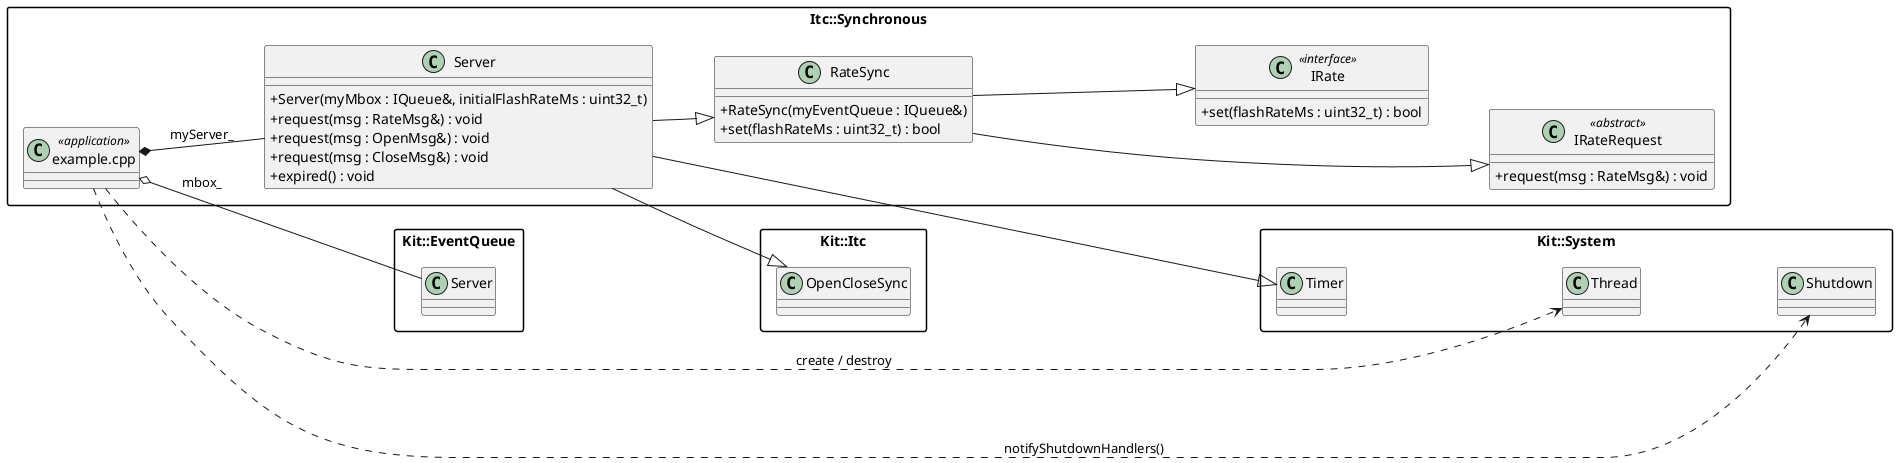
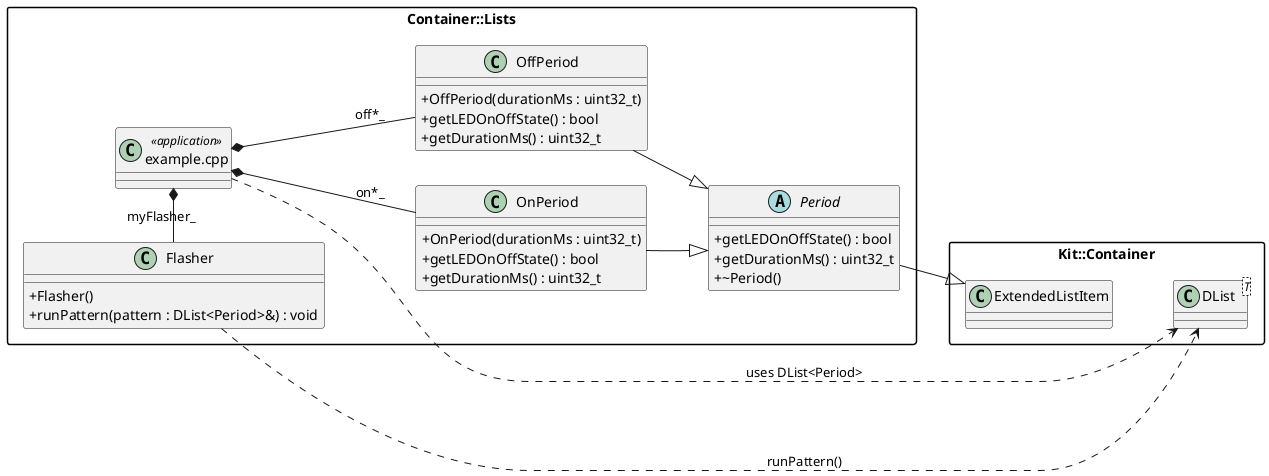
- @startuml classDiagram_examplesitcsynchronous
+ @startuml classDiagram_examplescontainerlists

skinparam classAttributeIconSize 0
skinparam packageStyle rectangle
left to right direction

' ============================================================================
' Application Classes
' ============================================================================

- package "Itc::Synchronous" {
+ package "Container::Lists" {

    class "example.cpp" as exampleApp <<application>>

-     class IRate <<interface>> {
-         + set(flashRateMs : uint32_t) : bool
+     abstract class Period {
+         + getLEDOnOffState() : bool
+         + getDurationMs() : uint32_t
+         + ~Period()
    }

-     class IRateRequest <<abstract>> {
-         + request(msg : RateMsg&) : void
+     class OnPeriod {
+         + OnPeriod(durationMs : uint32_t)
+         + getLEDOnOffState() : bool
+         + getDurationMs() : uint32_t
    }

-     class RateSync {
-         + RateSync(myEventQueue : IQueue&)
-         + set(flashRateMs : uint32_t) : bool
+     class OffPeriod {
+         + OffPeriod(durationMs : uint32_t)
+         + getLEDOnOffState() : bool
+         + getDurationMs() : uint32_t
    }

-     class Server {
-         + Server(myMbox : IQueue&, initialFlashRateMs : uint32_t)
-         + request(msg : RateMsg&) : void
-         + request(msg : OpenMsg&) : void
-         + request(msg : CloseMsg&) : void
-         + expired() : void
+     class Flasher {
+         + Flasher()
+         + runPattern(pattern : DList<Period>&) : void
    }

-     IRate        -[hidden]down- IRateRequest
-     IRateRequest -[hidden]down- RateSync
-     RateSync     -[hidden]down- Server
+     Flasher  -[hidden]down- Period
+     Period   -[hidden]down- OnPeriod
+     OnPeriod -[hidden]right- OffPeriod
}

' ============================================================================
- ' Kit Classes  (right column, stacked vertically)
+ ' Kit Classes
' ============================================================================

- package "Kit::EventQueue" {
-     class "Server" as EqServer
- }
+ package "Kit::Container" {
+     class "DList<T>" as DList
+     class ExtendedListItem

- package "Kit::Itc" {
-     class OpenCloseSync
- }
- 
- package "Kit::System" {
-     class Timer
-     class Thread
-     class Shutdown
- 
-     Timer  -[hidden]down- Thread
-     Thread -[hidden]down- Shutdown
+     ExtendedListItem -[hidden]down- DList
}

' ============================================================================
' Layout hints
' ============================================================================

- EqServer      -[hidden]down-  OpenCloseSync
- OpenCloseSync -[hidden]down-  Timer
+ exampleApp -[hidden]right- Flasher

' ============================================================================
' Inheritance
' ============================================================================

- RateSync --|> IRate
- RateSync --|> IRateRequest
- Server   --|> RateSync
- Server   --|> OpenCloseSync
- Server   --|> Timer
+ Period   --|> ExtendedListItem
+ OnPeriod --|> Period
+ OffPeriod --|> Period

' ============================================================================
' example.cpp usage / composition relationships
' ============================================================================

- exampleApp *--  Server   : myServer_
- exampleApp o--  EqServer : mbox_
- exampleApp ..>  Thread   : create / destroy
- exampleApp ..>  Shutdown : notifyShutdownHandlers()
+ exampleApp *--  Flasher   : myFlasher_
+ exampleApp *--  OnPeriod  : on*_
+ exampleApp *--  OffPeriod : off*_
+ exampleApp ..>  DList     : uses DList<Period>
+ Flasher    ..>  DList     : runPattern()

@enduml
